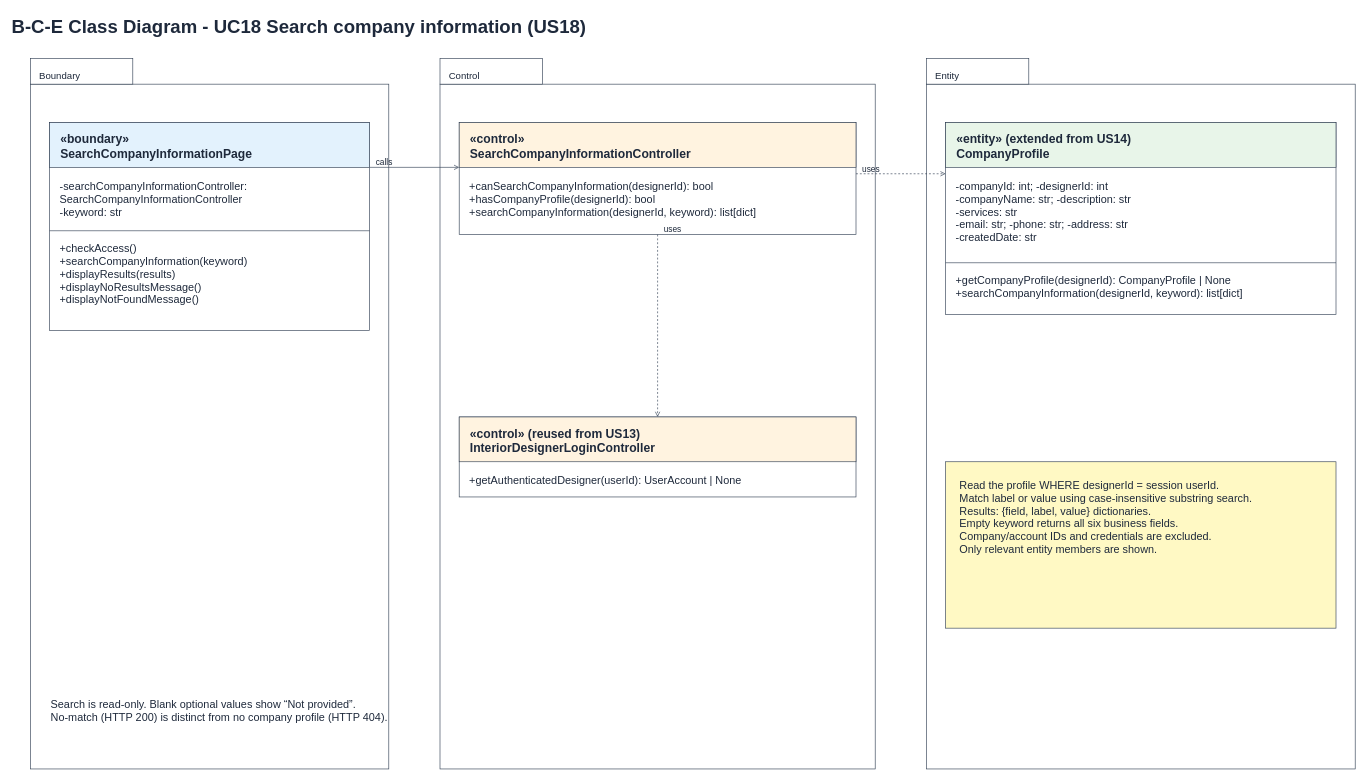
This is page "5 BCE Class Diagram" (7 of 8) of Sprint_2/US18 - Search Company Information/US18 Search company information.drawio from Hanzxc/CSIT314-ARCHSS, a draw.io file, before an edit. Source tidied: cells renumbered, new cells numbered last; positions are measured from the earlier drawing's top-left corner, leaving out a move shared by most shapes. Both pictures are drawn from the tidied source at 64%, with x=0, y=0 at pixel (10, 10).
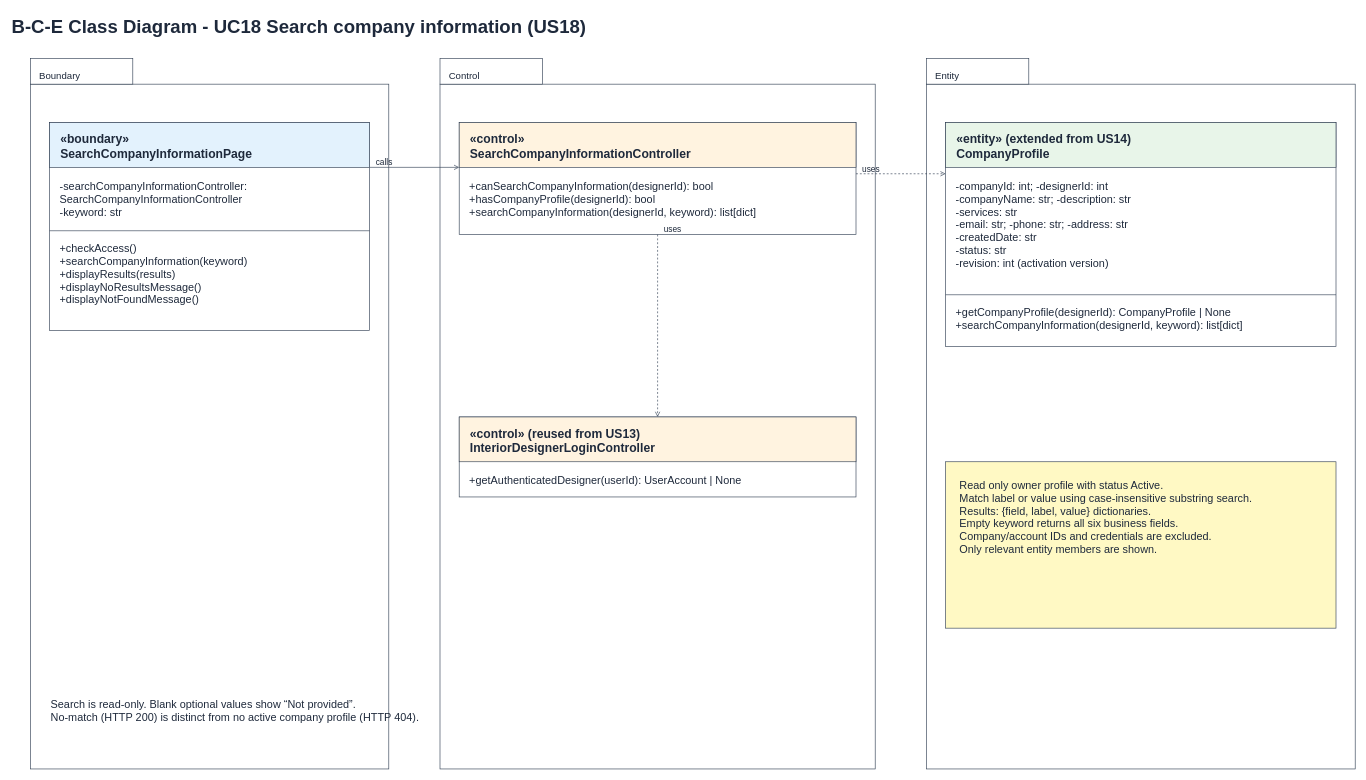
The same page after the edit.

The edit, as a diff of the source:
```diff
@@
     <mxCell id="26" style="rounded=0;whiteSpace=wrap;fillColor=#ffffff;strokeColor=#334155;" parent="1" vertex="1">
-      <mxGeometry x="1461" y="175" width="610" height="300" as="geometry" />
+      <mxGeometry x="1461" y="175" width="610" height="350" as="geometry" />
     </mxCell>
@@
-    <mxCell id="29" value="-companyId: int; -designerId: int&#10;-companyName: str; -description: str&#10;-services: str&#10;-email: str; -phone: str; -address: str&#10;-createdDate: str" style="text;html=0;align=left;verticalAlign=top;fontSize=17;fontStyle=0;fontColor=#1e293b;" parent="1" vertex="1">
-      <mxGeometry x="1475" y="258" width="582" height="120" as="geometry" />
+    <mxCell id="29" value="-companyId: int; -designerId: int&#10;-companyName: str; -description: str&#10;-services: str&#10;-email: str; -phone: str; -address: str&#10;-createdDate: str&#10;-status: str&#10;-revision: int (activation version)" style="text;html=0;align=left;verticalAlign=top;fontSize=17;fontStyle=0;fontColor=#1e293b;" parent="1" vertex="1">
+      <mxGeometry x="1475" y="258" width="582" height="168" as="geometry" />
     </mxCell>
     <mxCell id="30" style="endArrow=none;html=0;dashed=0;strokeColor=#334155;" parent="1" edge="1">
       <mxGeometry relative="1" as="geometry">
-        <mxPoint x="1461" y="394" as="sourcePoint" />
-        <mxPoint x="2071" y="394" as="targetPoint" />
+        <mxPoint x="1461" y="444" as="sourcePoint" />
+        <mxPoint x="2071" y="444" as="targetPoint" />
       </mxGeometry>
     </mxCell>
     <mxCell id="31" value="+getCompanyProfile(designerId): CompanyProfile | None&#10;+searchCompanyInformation(designerId, keyword): list[dict]" style="text;html=0;align=left;verticalAlign=top;fontSize=17;fontStyle=0;fontColor=#1e293b;" parent="1" vertex="1">
-      <mxGeometry x="1475" y="405" width="582" height="48" as="geometry" />
+      <mxGeometry x="1475" y="455" width="582" height="48" as="geometry" />
     </mxCell>
@@
-    <mxCell id="39" value="Read the profile WHERE designerId = session userId.&#10;Match label or value using case-insensitive substring search.&#10;Results: {field, label, value} dictionaries.&#10;Empty keyword returns all six business fields.&#10;Company/account IDs and credentials are excluded.&#10;Only relevant entity members are shown." style="text;html=0;align=left;verticalAlign=top;fontSize=17;fontStyle=0;fontColor=#1e293b;" parent="1" vertex="1">
+    <mxCell id="39" value="Read only owner profile with status Active.&#10;Match label or value using case-insensitive substring search.&#10;Results: {field, label, value} dictionaries.&#10;Empty keyword returns all six business fields.&#10;Company/account IDs and credentials are excluded.&#10;Only relevant entity members are shown." style="text;html=0;align=left;verticalAlign=top;fontSize=17;fontStyle=0;fontColor=#1e293b;" parent="1" vertex="1">
       <mxGeometry x="1481" y="725" width="570" height="144" as="geometry" />
     </mxCell>
-    <mxCell id="40" value="Search is read-only. Blank optional values show “Not provided”.&#10;No-match (HTTP 200) is distinct from no company profile (HTTP 404)." style="text;html=0;align=left;verticalAlign=top;fontSize=17;fontStyle=0;fontColor=#1e293b;" parent="1" vertex="1">
+    <mxCell id="40" value="Search is read-only. Blank optional values show “Not provided”.&#10;No-match (HTTP 200) is distinct from no active company profile (HTTP 404)." style="text;html=0;align=left;verticalAlign=top;fontSize=17;fontStyle=0;fontColor=#1e293b;" parent="1" vertex="1">
       <mxGeometry x="61" y="1068" width="700" height="48" as="geometry" />
     </mxCell>
```
